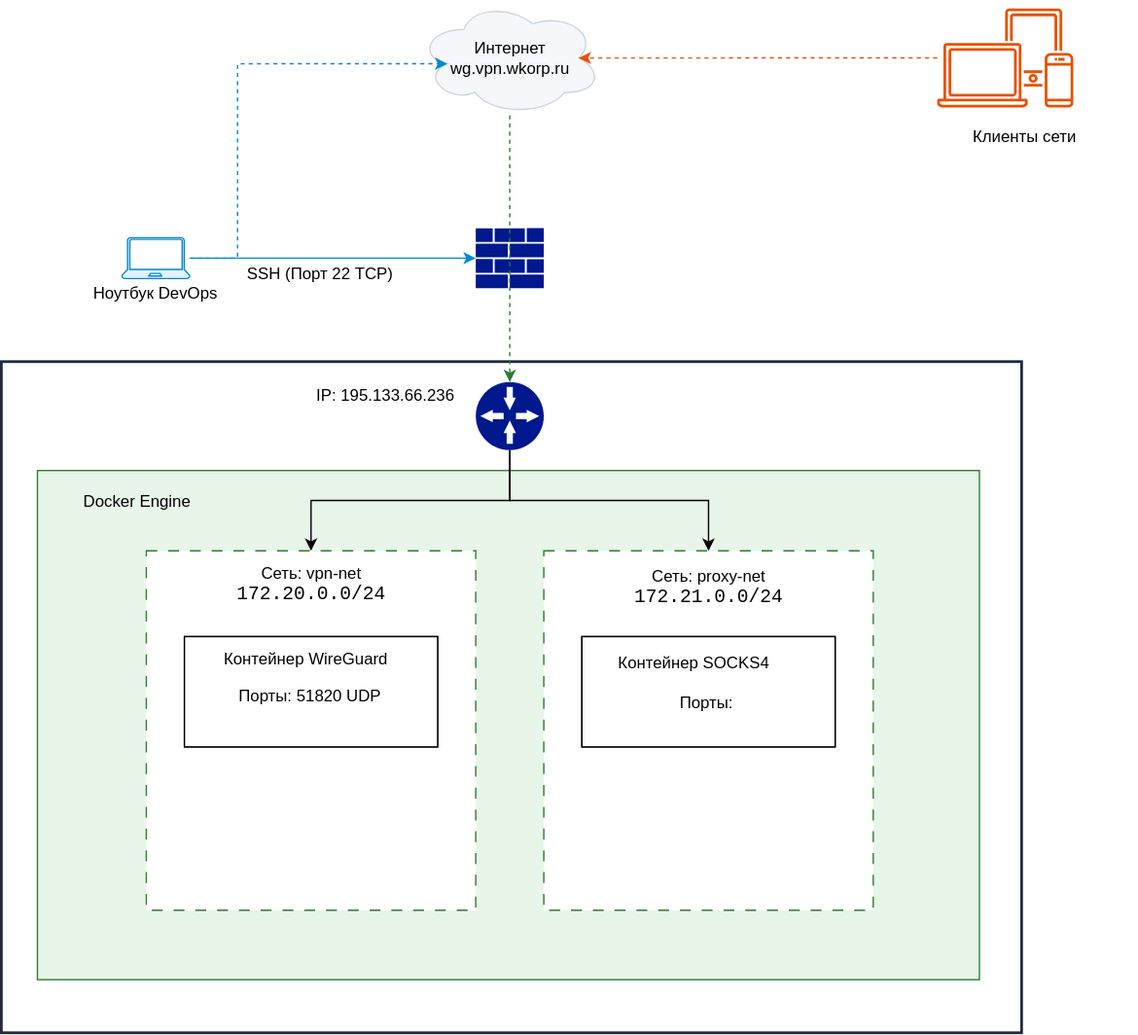
Earlier version of the draw.io export project-timeweb/scheme-01.svg (mapsvk/silver-note). Source tidied: cells renumbered, new cells last; positions are measured from the earlier drawing's top-left corner, leaving out a move shared by most shapes.
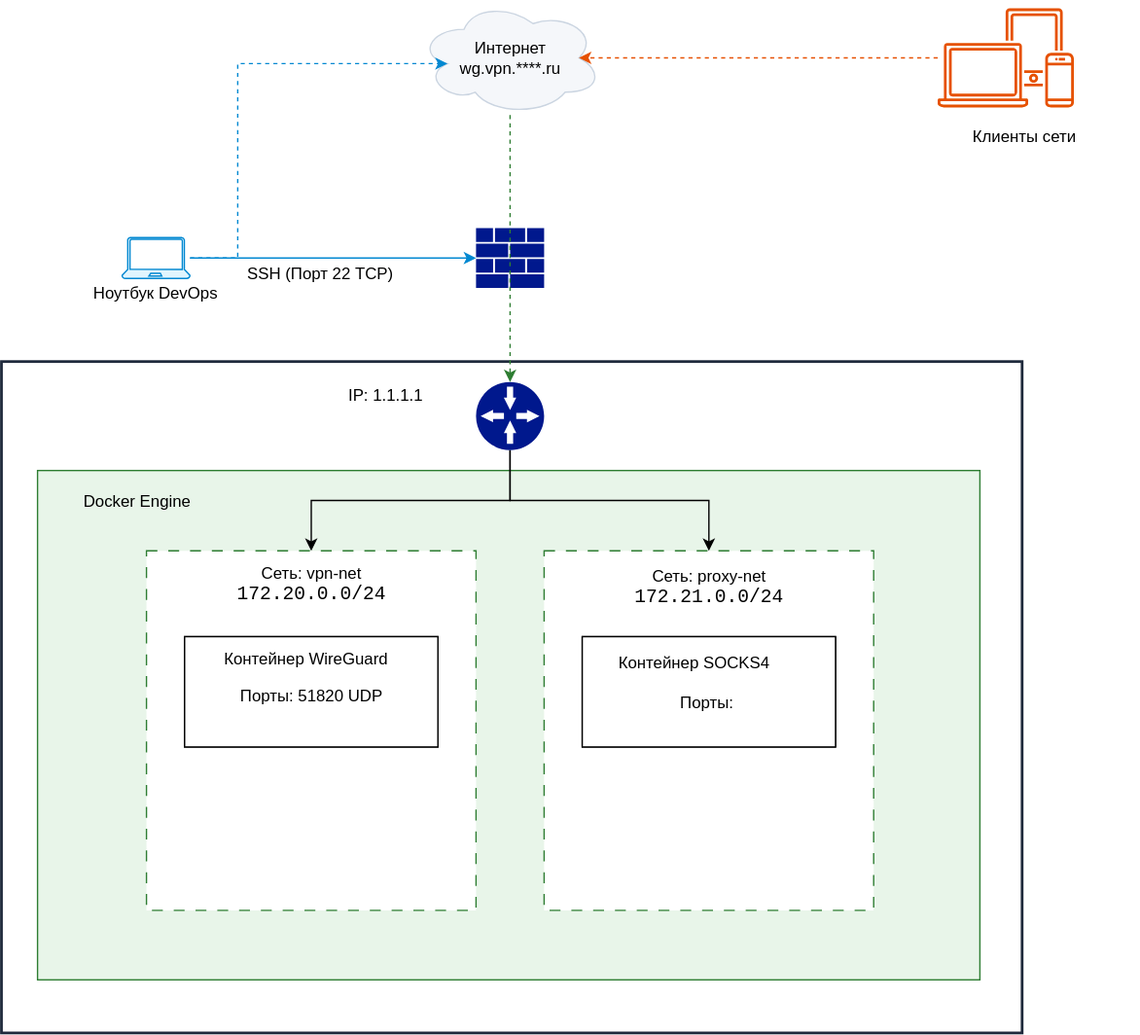
After the commit.

What changed in the source:
```diff
@@ -5,7 +5,7 @@
     <mxCell id="2" style="rounded=0;whiteSpace=wrap;html=1;fillColor=light-dark(#FFFFFF,#FFFFFF);fillStyle=auto;strokeColor=light-dark(#1E293B,#1E293B);strokeWidth=2;" parent="1" vertex="1">
       <mxGeometry x="0.5" y="265" width="749.5" height="493" as="geometry" />
     </mxCell>
-    <mxCell id="3" value="&lt;font style=&quot;color: light-dark(rgb(0, 0, 0), rgb(0, 0, 0));&quot;&gt;Интернет&lt;br&gt;wg.vpn.wkorp.ru&lt;/font&gt;" style="ellipse;shape=cloud;whiteSpace=wrap;html=1;fillStyle=auto;fillColor=light-dark(#F5F7FA,#F5F7FA);strokeColor=light-dark(#CBD5E1,#CBD5E1);fontColor=light-dark(#000000,#000000);" parent="1" vertex="1">
+    <mxCell id="3" value="&lt;font style=&quot;color: light-dark(rgb(0, 0, 0), rgb(0, 0, 0));&quot;&gt;Интернет&lt;br&gt;wg.vpn.****.ru&lt;/font&gt;" style="ellipse;shape=cloud;whiteSpace=wrap;html=1;fillStyle=auto;fillColor=light-dark(#F5F7FA,#F5F7FA);strokeColor=light-dark(#CBD5E1,#CBD5E1);fontColor=light-dark(#000000,#000000);" parent="1" vertex="1">
       <mxGeometry x="306.5" width="135" height="84" as="geometry" />
     </mxCell>
     <mxCell id="4" style="verticalLabelPosition=bottom;html=1;verticalAlign=top;align=center;strokeColor=#0288D1;fillColor=light-dark(#E1F5FE,#E1F5FE);shape=mxgraph.azure.laptop;" parent="1" vertex="1">
@@ -49,7 +49,7 @@
     <mxCell id="15" style="edgeStyle=orthogonalEdgeStyle;rounded=0;jettySize=auto;html=1;entryX=0.5;entryY=0;entryDx=0;entryDy=0;entryPerimeter=0;strokeColor=light-dark(#2E7D32,#2E7D32);dashed=1;labelPosition=center;verticalLabelPosition=top;align=center;verticalAlign=bottom;" parent="1" edge="1" source="3" target="14">
       <mxGeometry relative="1" as="geometry" />
     </mxCell>
-    <mxCell id="16" value="IP: 195.133.66.236" style="text;html=1;whiteSpace=wrap;strokeColor=none;fillColor=light-dark(#FFFFFF,#FFFFFF);align=center;verticalAlign=middle;rounded=0;fontColor=light-dark(#000000,#000000);" parent="1" vertex="1">
+    <mxCell id="16" value="IP: 1.1.1.1" style="text;html=1;whiteSpace=wrap;strokeColor=none;fillColor=light-dark(#FFFFFF,#FFFFFF);align=center;verticalAlign=middle;rounded=0;fontColor=light-dark(#000000,#000000);" parent="1" vertex="1">
       <mxGeometry x="228" y="280" width="110" height="20" as="geometry" />
     </mxCell>
     <mxCell id="17" value="Docker Engine" style="text;html=1;whiteSpace=wrap;strokeColor=none;fillColor=none;align=center;verticalAlign=middle;rounded=0;fontColor=light-dark(#000000,#000000);" parent="1" vertex="1">
```
